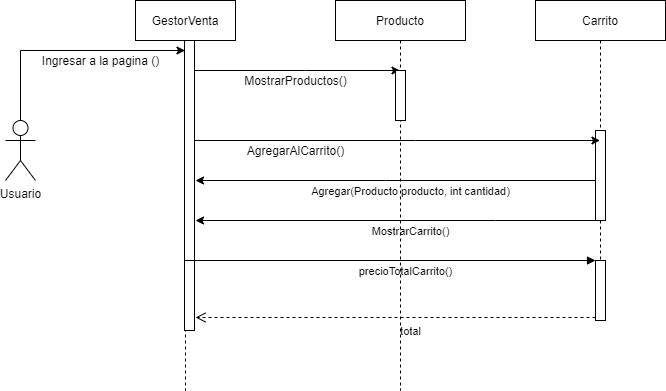
Above: Secuencia.png in SofiaVilosio/DSI-2020-VilosioSofia (draw.io), before the change. Source tidied: cells renumbered, new cells last; positions are measured from the earlier drawing's top-left corner, leaving out a move shared by most shapes.
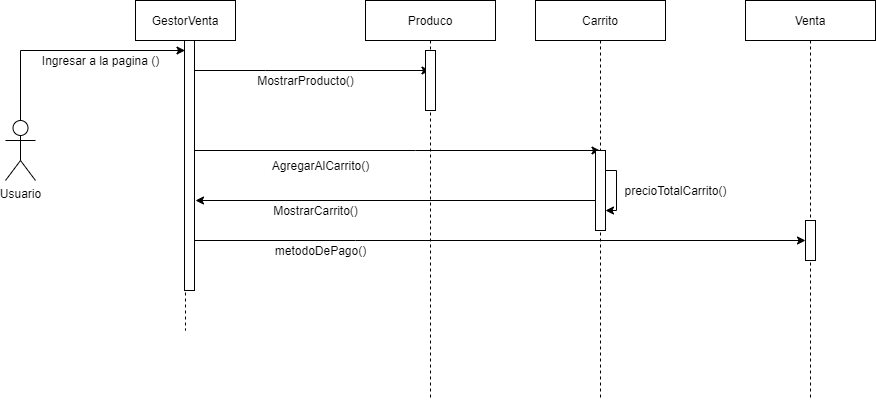
The same file after the commit.

Commit message:
Actualización diagramas de Clases y Secuencia

The edit, as a diff of the source:
```diff
@@ -2,19 +2,35 @@
   <root>
     <mxCell id="0" />
     <mxCell id="1" parent="0" />
-    <mxCell id="2" style="edgeStyle=orthogonalEdgeStyle;rounded=0;jettySize=auto;html=1;" parent="1" edge="1" source="3" target="8">
-      <mxGeometry relative="1" as="geometry">
-        <Array as="points">
-          <mxPoint x="300" y="70" />
-          <mxPoint x="300" y="70" />
-        </Array>
-      </mxGeometry>
-    </mxCell>
+    <mxCell id="24" style="edgeStyle=orthogonalEdgeStyle;rounded=0;jettySize=auto;html=1;" parent="1" edge="1" source="3" target="30">
+      <mxGeometry relative="1" as="geometry">
+        <Array as="points">
+          <mxPoint x="350" y="240" />
+          <mxPoint x="350" y="240" />
+        </Array>
+      </mxGeometry>
+    </mxCell>
+    <mxCell id="25" style="edgeStyle=orthogonalEdgeStyle;rounded=0;jettySize=auto;html=1;" parent="1" edge="1" source="3" target="12">
+      <mxGeometry relative="1" as="geometry">
+        <Array as="points">
+          <mxPoint x="410" y="150" />
+          <mxPoint x="410" y="150" />
+        </Array>
+      </mxGeometry>
+    </mxCell>
+    <mxCell id="26" style="edgeStyle=orthogonalEdgeStyle;rounded=0;jettySize=auto;html=1;" parent="1" edge="1" source="3" target="34">
+      <mxGeometry relative="1" as="geometry">
+        <Array as="points">
+          <mxPoint x="260" y="70" />
+          <mxPoint x="260" y="70" />
+        </Array>
+      </mxGeometry>
+    </mxCell>
     <mxCell id="3" value="GestorVenta" style="shape=umlLifeline;perimeter=lifelinePerimeter;whiteSpace=wrap;html=1;outlineConnect=0;" parent="1" vertex="1">
-      <mxGeometry x="130" width="100" height="390" as="geometry" />
+      <mxGeometry x="130" width="100" height="330" as="geometry" />
     </mxCell>
     <mxCell id="4" style="html=1;points=[];perimeter=orthogonalPerimeter;" parent="3" vertex="1">
-      <mxGeometry x="49" y="40" width="10" height="290" as="geometry" />
+      <mxGeometry x="49" y="40" width="10" height="250" as="geometry" />
     </mxCell>
     <mxCell id="5" style="edgeStyle=orthogonalEdgeStyle;rounded=0;jettySize=auto;html=1;" parent="1" edge="1" source="6" target="3">
       <mxGeometry relative="1" as="geometry">
@@ -29,72 +45,61 @@
     <mxCell id="7" value="Ingresar a la pagina ()" style="text;html=1;align=center;verticalAlign=middle;" parent="1" vertex="1">
       <mxGeometry x="30" y="50" width="130" height="20" as="geometry" />
     </mxCell>
-    <mxCell id="8" value="Producto" style="shape=umlLifeline;perimeter=lifelinePerimeter;whiteSpace=wrap;html=1;outlineConnect=0;" parent="1" vertex="1">
-      <mxGeometry x="330" width="130" height="390" as="geometry" />
-    </mxCell>
-    <mxCell id="9" style="html=1;perimeter=orthogonalPerimeter;" parent="8" vertex="1">
-      <mxGeometry x="60" y="70" width="10" height="50" as="geometry" />
-    </mxCell>
-    <mxCell id="10" value="MostrarProductos()" style="text;html=1;align=center;verticalAlign=middle;" parent="1" vertex="1">
-      <mxGeometry x="230" y="70" width="120" height="20" as="geometry" />
-    </mxCell>
-    <mxCell id="11" style="edgeStyle=orthogonalEdgeStyle;rounded=0;jettySize=auto;html=1;" parent="1" edge="1" source="12">
-      <mxGeometry relative="1" as="geometry">
-        <mxPoint x="190" y="180" as="targetPoint" />
-        <Array as="points">
-          <mxPoint x="380" y="180" />
-          <mxPoint x="380" y="180" />
-        </Array>
-      </mxGeometry>
-    </mxCell>
+    <mxCell id="27" style="edgeStyle=orthogonalEdgeStyle;rounded=0;jettySize=auto;html=1;" parent="1" edge="1" source="12">
+      <mxGeometry relative="1" as="geometry">
+        <mxPoint x="190" y="200" as="targetPoint" />
+      </mxGeometry>
+    </mxCell>
     <mxCell id="12" value="Carrito" style="shape=umlLifeline;perimeter=lifelinePerimeter;whiteSpace=wrap;html=1;outlineConnect=0;" parent="1" vertex="1">
-      <mxGeometry x="530" width="130" height="320" as="geometry" />
+      <mxGeometry x="530" width="130" height="400" as="geometry" />
     </mxCell>
-    <mxCell id="13" style="html=1;perimeter=orthogonalPerimeter;" parent="12" vertex="1">
-      <mxGeometry x="60" y="130" width="10" height="90" as="geometry" />
-    </mxCell>
-    <mxCell id="14" style="html=1;points=[];perimeter=orthogonalPerimeter;" parent="12" vertex="1">
-      <mxGeometry x="60" y="260" width="10" height="60" as="geometry" />
-    </mxCell>
+    <mxCell id="28" style="html=1;perimeter=orthogonalPerimeter;" parent="12" vertex="1">
+      <mxGeometry x="60" y="150" width="10" height="80" as="geometry" />
+    </mxCell>
     <mxCell id="15" value="AgregarAlCarrito()" style="text;html=1;align=center;verticalAlign=middle;" parent="1" vertex="1">
-      <mxGeometry x="235" y="140" width="110" height="20" as="geometry" />
+      <mxGeometry x="260" y="155" width="110" height="20" as="geometry" />
     </mxCell>
-    <mxCell id="16" value="&lt;font style=&quot;font-size: 11px&quot;&gt;Agregar(Producto producto, int cantidad)&lt;/font&gt;" style="text;html=1;align=center;verticalAlign=middle;" parent="1" vertex="1">
-      <mxGeometry x="300" y="180" width="210" height="20" as="geometry" />
-    </mxCell>
-    <mxCell id="17" style="edgeStyle=orthogonalEdgeStyle;rounded=0;jettySize=auto;html=1;" parent="1" edge="1" source="12">
-      <mxGeometry relative="1" as="geometry">
-        <mxPoint x="190" y="220" as="targetPoint" />
-        <Array as="points">
-          <mxPoint x="490" y="220" />
-          <mxPoint x="490" y="220" />
-        </Array>
-      </mxGeometry>
-    </mxCell>
+    <mxCell id="29" value="Venta" style="shape=umlLifeline;perimeter=lifelinePerimeter;whiteSpace=wrap;html=1;" parent="1" vertex="1">
+      <mxGeometry x="740" width="130" height="400" as="geometry" />
+    </mxCell>
+    <mxCell id="30" style="html=1;points=[];perimeter=orthogonalPerimeter;" parent="29" vertex="1">
+      <mxGeometry x="60" y="220" width="10" height="40" as="geometry" />
+    </mxCell>
+    <mxCell id="31" style="edgeStyle=orthogonalEdgeStyle;rounded=0;orthogonalLoop=1;jettySize=auto;html=1;" parent="1" edge="1" source="3" target="3">
+      <mxGeometry relative="1" as="geometry">
+        <Array as="points">
+          <mxPoint x="200" y="70" />
+          <mxPoint x="210" y="60" />
+        </Array>
+      </mxGeometry>
+    </mxCell>
+    <mxCell id="32" style="edgeStyle=orthogonalEdgeStyle;rounded=0;orthogonalLoop=1;jettySize=auto;html=1;" parent="1" edge="1">
+      <mxGeometry relative="1" as="geometry">
+        <mxPoint x="600" y="170" as="sourcePoint" />
+        <mxPoint x="600" y="210" as="targetPoint" />
+        <Array as="points">
+          <mxPoint x="611" y="170" />
+          <mxPoint x="611" y="210" />
+        </Array>
+      </mxGeometry>
+    </mxCell>
+    <mxCell id="20" value="precioTotalCarrito()" style="text;html=1;align=center;verticalAlign=middle;" parent="1" vertex="1">
+      <mxGeometry x="610" y="180" width="120" height="20" as="geometry" />
+    </mxCell>
-    <mxCell id="18" value="&lt;span style=&quot;font-size: 11px&quot;&gt;MostrarCarrito()&lt;/span&gt;" style="text;html=1;align=center;verticalAlign=middle;" parent="1" vertex="1">
-      <mxGeometry x="360" y="220" width="90" height="20" as="geometry" />
+    <mxCell id="18" value="MostrarCarrito()" style="text;html=1;align=center;verticalAlign=middle;" parent="1" vertex="1">
+      <mxGeometry x="260" y="200" width="100" height="20" as="geometry" />
     </mxCell>
-    <mxCell id="19" style="edgeStyle=orthogonalEdgeStyle;rounded=0;jettySize=auto;html=1;" parent="1" edge="1" source="4" target="12">
-      <mxGeometry relative="1" as="geometry">
-        <Array as="points">
-          <mxPoint x="410" y="140" />
-          <mxPoint x="410" y="140" />
-        </Array>
-      </mxGeometry>
-    </mxCell>
-    <mxCell id="20" value="&lt;span style=&quot;font-size: 11px&quot;&gt;precioTotalCarrito()&lt;/span&gt;" style="text;html=1;align=center;verticalAlign=middle;" parent="1" vertex="1">
-      <mxGeometry x="345" y="260" width="110" height="20" as="geometry" />
-    </mxCell>
-    <mxCell id="21" style="html=1;verticalAlign=bottom;endArrow=open;dashed=1;endSize=8;exitX=0;exitY=0.95;" parent="1" edge="1" source="14">
-      <mxGeometry x="0.02" y="3" relative="1" as="geometry">
-        <mxPoint x="190" y="317" as="targetPoint" />
-      </mxGeometry>
-    </mxCell>
-    <mxCell id="22" style="html=1;verticalAlign=bottom;endArrow=block;entryX=0;entryY=0;" parent="1" edge="1" source="3" target="14">
-      <mxGeometry relative="1" as="geometry" />
-    </mxCell>
-    <mxCell id="23" value="&lt;span style=&quot;font-size: 11px&quot;&gt;total&lt;/span&gt;" style="text;html=1;align=center;verticalAlign=middle;" parent="1" vertex="1">
-      <mxGeometry x="385" y="320" width="40" height="20" as="geometry" />
-    </mxCell>
+    <mxCell id="33" value="metodoDePago()" style="text;html=1;align=center;verticalAlign=middle;" parent="1" vertex="1">
+      <mxGeometry x="260" y="240" width="110" height="20" as="geometry" />
+    </mxCell>
+    <mxCell id="34" value="Produco" style="shape=umlLifeline;perimeter=lifelinePerimeter;whiteSpace=wrap;html=1;outlineConnect=0;" parent="1" vertex="1">
+      <mxGeometry x="360" width="130" height="400" as="geometry" />
+    </mxCell>
+    <mxCell id="35" style="html=1;perimeter=orthogonalPerimeter;" parent="34" vertex="1">
+      <mxGeometry x="60" y="50" width="10" height="60" as="geometry" />
+    </mxCell>
+    <mxCell id="36" value="MostrarProducto()" style="text;html=1;align=center;verticalAlign=middle;" parent="1" vertex="1">
+      <mxGeometry x="245" y="70" width="110" height="20" as="geometry" />
+    </mxCell>
   </root>
 </mxGraphModel>
```
